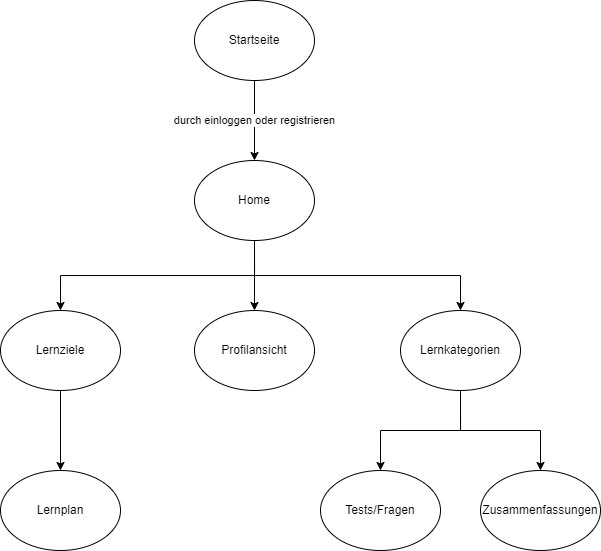
Earlier version of the draw.io export Latex__neu/images/diagramme/Seitenhierarchie.png (NicoB-Code/LearnAhead). Source tidied: cells renumbered, new cells last; positions are measured from the earlier drawing's top-left corner, leaving out a move shared by most shapes. Source of this version:
```xml
<mxGraphModel>
  <root>
    <mxCell id="0" />
    <mxCell id="1" parent="0" />
    <mxCell id="2" value="durch einloggen oder registrieren" style="edgeStyle=orthogonalEdgeStyle;rounded=0;jettySize=auto;html=1;" parent="1" edge="1" source="3" target="4">
      <mxGeometry relative="1" as="geometry" />
    </mxCell>
    <mxCell id="3" value="Startseite" style="ellipse;whiteSpace=wrap;html=1;" parent="1" vertex="1">
      <mxGeometry x="194" width="120" height="80" as="geometry" />
    </mxCell>
    <mxCell id="4" value="Home" style="ellipse;whiteSpace=wrap;html=1;" parent="1" vertex="1">
      <mxGeometry x="194" y="160" width="120" height="80" as="geometry" />
    </mxCell>
    <mxCell id="5" style="edgeStyle=orthogonalEdgeStyle;rounded=0;jettySize=auto;html=1;" parent="1" edge="1" source="6" target="16">
      <mxGeometry relative="1" as="geometry" />
    </mxCell>
    <mxCell id="6" value="Lernziele" style="ellipse;whiteSpace=wrap;html=1;" parent="1" vertex="1">
      <mxGeometry y="310" width="120" height="80" as="geometry" />
    </mxCell>
    <mxCell id="7" style="edgeStyle=orthogonalEdgeStyle;rounded=0;jettySize=auto;html=1;" parent="1" edge="1" source="8" target="13">
      <mxGeometry relative="1" as="geometry" />
    </mxCell>
    <mxCell id="8" value="Lernkategorien&lt;br&gt;" style="ellipse;whiteSpace=wrap;html=1;" parent="1" vertex="1">
      <mxGeometry x="400" y="310" width="120" height="80" as="geometry" />
    </mxCell>
    <mxCell id="9" style="endArrow=none;html=1;rounded=0;entryX=0.5;entryY=1;entryDx=0;entryDy=0;exitX=0.5;exitY=0;exitDx=0;exitDy=0;edgeStyle=orthogonalEdgeStyle;endFill=0;startArrow=classic;startFill=1;" parent="1" edge="1" source="8" target="4">
      <mxGeometry relative="1" as="geometry" />
    </mxCell>
    <mxCell id="10" style="endArrow=none;html=1;rounded=0;entryX=0.5;entryY=1;entryDx=0;entryDy=0;exitX=0.5;exitY=0;exitDx=0;exitDy=0;edgeStyle=orthogonalEdgeStyle;endFill=0;startArrow=classic;startFill=1;" parent="1" edge="1" source="6" target="4">
      <mxGeometry relative="1" as="geometry" />
    </mxCell>
    <mxCell id="11" style="endArrow=none;html=1;rounded=0;entryX=0.5;entryY=1;entryDx=0;entryDy=0;exitX=0.5;exitY=0;exitDx=0;exitDy=0;startArrow=classic;startFill=1;" parent="1" edge="1" source="12" target="4">
      <mxGeometry relative="1" as="geometry" />
    </mxCell>
    <mxCell id="12" value="Profilansicht" style="ellipse;whiteSpace=wrap;html=1;" parent="1" vertex="1">
      <mxGeometry x="194" y="310" width="120" height="80" as="geometry" />
    </mxCell>
    <mxCell id="13" value="Tests/Fragen" style="ellipse;whiteSpace=wrap;html=1;" parent="1" vertex="1">
      <mxGeometry x="320" y="470" width="120" height="80" as="geometry" />
    </mxCell>
    <mxCell id="14" value="Zusammenfassungen" style="ellipse;whiteSpace=wrap;html=1;" parent="1" vertex="1">
      <mxGeometry x="480" y="470" width="120" height="80" as="geometry" />
    </mxCell>
    <mxCell id="15" style="endArrow=classic;html=1;rounded=0;entryX=0.5;entryY=0;entryDx=0;entryDy=0;exitX=0.5;exitY=1;exitDx=0;exitDy=0;edgeStyle=orthogonalEdgeStyle;" parent="1" edge="1" source="8" target="14">
      <mxGeometry relative="1" as="geometry" />
    </mxCell>
    <mxCell id="16" value="Lernplan" style="ellipse;whiteSpace=wrap;html=1;" parent="1" vertex="1">
      <mxGeometry y="470" width="120" height="80" as="geometry" />
    </mxCell>
  </root>
</mxGraphModel>
```
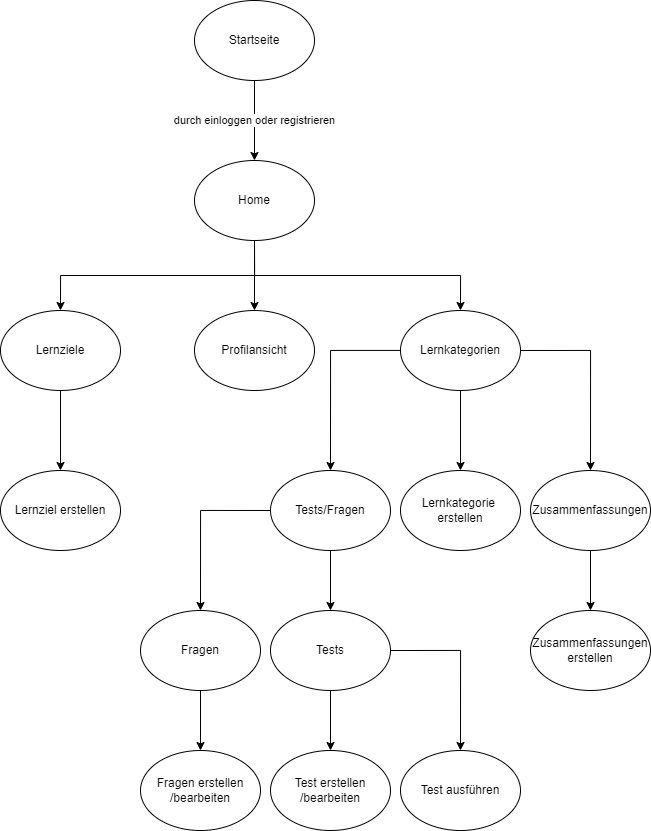
After the commit.

The edit, as a diff of the source:
```diff
@@ -20,6 +20,9 @@
     <mxCell id="7" style="edgeStyle=orthogonalEdgeStyle;rounded=0;jettySize=auto;html=1;" parent="1" edge="1" source="8" target="13">
       <mxGeometry relative="1" as="geometry" />
     </mxCell>
+    <mxCell id="17" style="edgeStyle=orthogonalEdgeStyle;rounded=0;jettySize=auto;html=1;exitX=0.5;exitY=1;exitDx=0;exitDy=0;entryX=0.5;entryY=0;entryDx=0;entryDy=0;" parent="1" edge="1" source="8" target="21">
+      <mxGeometry relative="1" as="geometry" />
+    </mxCell>
     <mxCell id="8" value="Lernkategorien&lt;br&gt;" style="ellipse;whiteSpace=wrap;html=1;" parent="1" vertex="1">
       <mxGeometry x="400" y="310" width="120" height="80" as="geometry" />
     </mxCell>
@@ -35,17 +38,60 @@
     <mxCell id="12" value="Profilansicht" style="ellipse;whiteSpace=wrap;html=1;" parent="1" vertex="1">
       <mxGeometry x="194" y="310" width="120" height="80" as="geometry" />
     </mxCell>
+    <mxCell id="18" style="edgeStyle=orthogonalEdgeStyle;rounded=0;jettySize=auto;html=1;entryX=0.5;entryY=0;entryDx=0;entryDy=0;exitX=0;exitY=0.5;exitDx=0;exitDy=0;" parent="1" edge="1" source="13" target="23">
+      <mxGeometry relative="1" as="geometry" />
+    </mxCell>
+    <mxCell id="19" style="edgeStyle=orthogonalEdgeStyle;rounded=0;jettySize=auto;html=1;exitX=0.5;exitY=1;exitDx=0;exitDy=0;" parent="1" edge="1" source="13" target="26">
+      <mxGeometry relative="1" as="geometry" />
+    </mxCell>
     <mxCell id="13" value="Tests/Fragen" style="ellipse;whiteSpace=wrap;html=1;" parent="1" vertex="1">
-      <mxGeometry x="320" y="470" width="120" height="80" as="geometry" />
+      <mxGeometry x="270" y="470" width="120" height="80" as="geometry" />
     </mxCell>
+    <mxCell id="20" style="edgeStyle=orthogonalEdgeStyle;rounded=0;jettySize=auto;html=1;exitX=0.5;exitY=1;exitDx=0;exitDy=0;" parent="1" edge="1" source="14" target="30">
+      <mxGeometry relative="1" as="geometry" />
+    </mxCell>
     <mxCell id="14" value="Zusammenfassungen" style="ellipse;whiteSpace=wrap;html=1;" parent="1" vertex="1">
-      <mxGeometry x="480" y="470" width="120" height="80" as="geometry" />
+      <mxGeometry x="530" y="470" width="120" height="80" as="geometry" />
     </mxCell>
-    <mxCell id="15" style="endArrow=classic;html=1;rounded=0;entryX=0.5;entryY=0;entryDx=0;entryDy=0;exitX=0.5;exitY=1;exitDx=0;exitDy=0;edgeStyle=orthogonalEdgeStyle;" parent="1" edge="1" source="8" target="14">
-      <mxGeometry relative="1" as="geometry" />
+    <mxCell id="15" style="endArrow=classic;html=1;rounded=0;entryX=0.5;entryY=0;entryDx=0;entryDy=0;exitX=1;exitY=0.5;exitDx=0;exitDy=0;edgeStyle=orthogonalEdgeStyle;" parent="1" edge="1" source="8" target="14">
+      <mxGeometry relative="1" as="geometry">
+        <Array as="points">
+          <mxPoint x="590" y="350" />
+        </Array>
+      </mxGeometry>
     </mxCell>
-    <mxCell id="16" value="Lernplan" style="ellipse;whiteSpace=wrap;html=1;" parent="1" vertex="1">
+    <mxCell id="16" value="Lernziel erstellen" style="ellipse;whiteSpace=wrap;html=1;" parent="1" vertex="1">
       <mxGeometry y="470" width="120" height="80" as="geometry" />
     </mxCell>
+    <mxCell id="21" value="Lernkategorie&amp;nbsp;&lt;br&gt;erstellen" style="ellipse;whiteSpace=wrap;html=1;" parent="1" vertex="1">
+      <mxGeometry x="400" y="470" width="120" height="80" as="geometry" />
+    </mxCell>
+    <mxCell id="22" style="edgeStyle=orthogonalEdgeStyle;rounded=0;jettySize=auto;html=1;" parent="1" edge="1" source="23" target="27">
+      <mxGeometry relative="1" as="geometry" />
+    </mxCell>
+    <mxCell id="23" value="Fragen" style="ellipse;whiteSpace=wrap;html=1;" parent="1" vertex="1">
+      <mxGeometry x="140" y="610" width="120" height="80" as="geometry" />
+    </mxCell>
+    <mxCell id="24" style="edgeStyle=orthogonalEdgeStyle;rounded=0;jettySize=auto;html=1;exitX=0.5;exitY=1;exitDx=0;exitDy=0;" parent="1" edge="1" source="26" target="28">
+      <mxGeometry relative="1" as="geometry" />
+    </mxCell>
+    <mxCell id="25" style="edgeStyle=orthogonalEdgeStyle;rounded=0;jettySize=auto;html=1;exitX=1;exitY=0.5;exitDx=0;exitDy=0;entryX=0.5;entryY=0;entryDx=0;entryDy=0;" parent="1" edge="1" source="26" target="29">
+      <mxGeometry relative="1" as="geometry" />
+    </mxCell>
+    <mxCell id="26" value="Tests" style="ellipse;whiteSpace=wrap;html=1;" parent="1" vertex="1">
+      <mxGeometry x="270" y="610" width="120" height="80" as="geometry" />
+    </mxCell>
+    <mxCell id="27" value="Fragen erstellen&lt;br&gt;/bearbeiten" style="ellipse;whiteSpace=wrap;html=1;" parent="1" vertex="1">
+      <mxGeometry x="140" y="750" width="120" height="80" as="geometry" />
+    </mxCell>
+    <mxCell id="28" value="Test erstellen&lt;br&gt;/bearbeiten" style="ellipse;whiteSpace=wrap;html=1;" parent="1" vertex="1">
+      <mxGeometry x="270" y="750" width="120" height="80" as="geometry" />
+    </mxCell>
+    <mxCell id="29" value="Test ausführen" style="ellipse;whiteSpace=wrap;html=1;" parent="1" vertex="1">
+      <mxGeometry x="400" y="750" width="120" height="80" as="geometry" />
+    </mxCell>
+    <mxCell id="30" value="Zusammenfassungen&lt;br&gt;erstellen" style="ellipse;whiteSpace=wrap;html=1;" parent="1" vertex="1">
+      <mxGeometry x="530" y="610" width="120" height="80" as="geometry" />
+    </mxCell>
   </root>
 </mxGraphModel>
```
